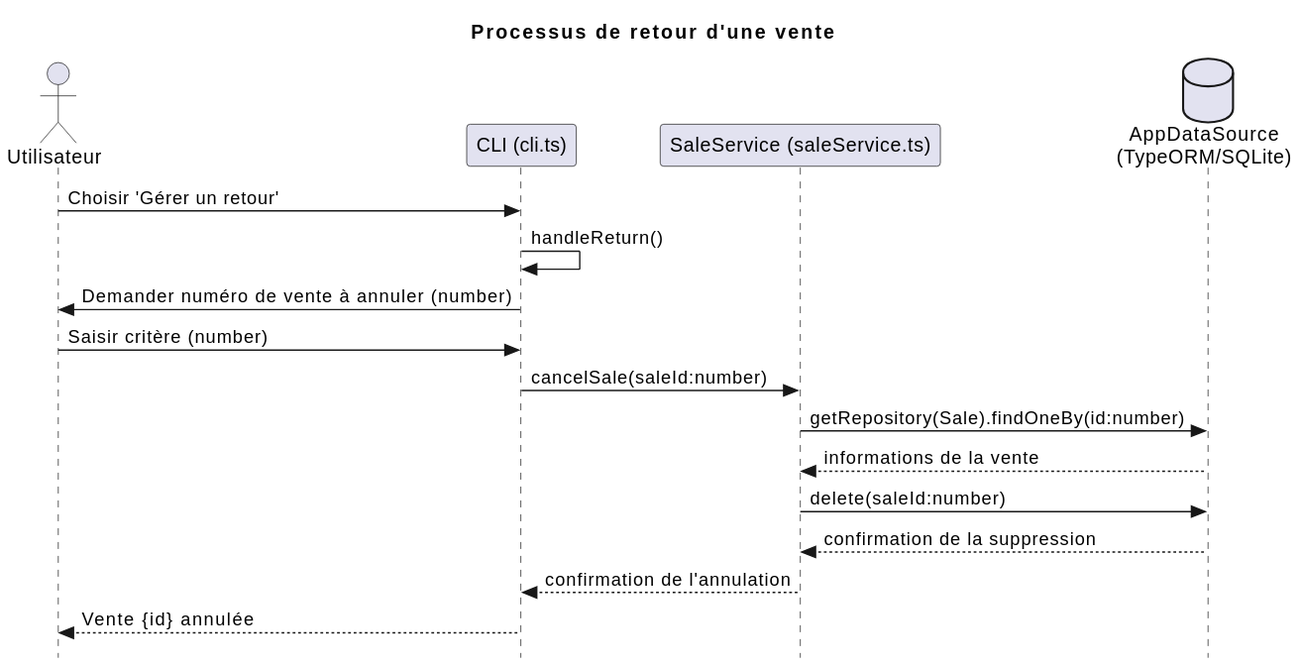
Above: out/docs/process/manage-return/manage-return.svg in RaphaelMailhiot/LOG430-labo (PlantUML), before the change.
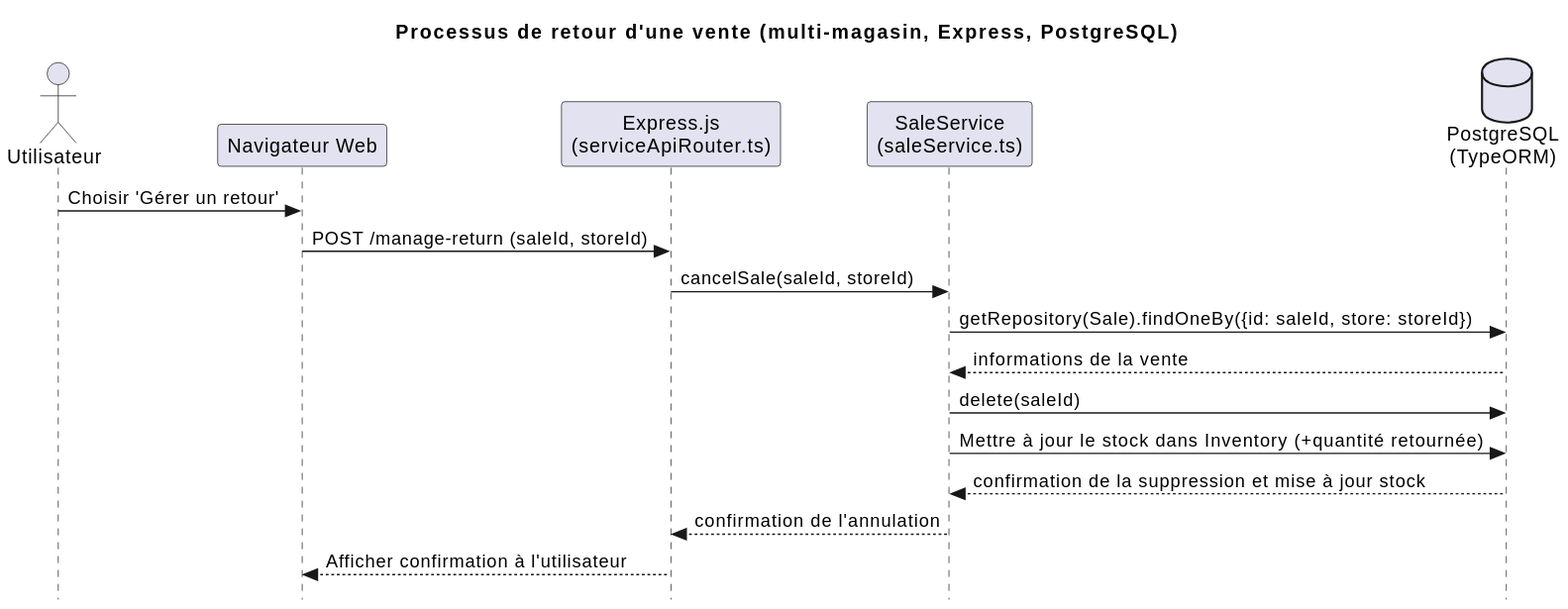
After the commit.

Change to the diagram source:
```diff
@@ -1,21 +1,22 @@
 @startuml
 skinparam style strictuml
 
-title Processus de retour d'une vente
+title Processus de retour d'une vente (multi-magasin, Express, PostgreSQL)
+
 actor Utilisateur
-participant "CLI (cli.ts)" as CLI
-participant "SaleService (saleService.ts)" as SaleService
-database "AppDataSource\n(TypeORM/SQLite)" as Database
+participant "Navigateur Web" as Web
+participant "Express.js\n(serviceApiRouter.ts)" as Express
+participant "SaleService\n(saleService.ts)" as SaleService
+database "PostgreSQL\n(TypeORM)" as Database
 
-Utilisateur -> CLI : Choisir 'Gérer un retour'
-CLI -> CLI : handleReturn()
-CLI -> Utilisateur : Demander numéro de vente à annuler (number)
-Utilisateur -> CLI : Saisir critère (number)
-CLI -> SaleService : cancelSale(saleId:number)
-SaleService -> Database : getRepository(Sale).findOneBy(id:number)
+Utilisateur -> Web : Choisir 'Gérer un retour'
+Web -> Express : POST /manage-return (saleId, storeId)
+Express -> SaleService : cancelSale(saleId, storeId)
+SaleService -> Database : getRepository(Sale).findOneBy({id: saleId, store: storeId})
 Database --> SaleService : informations de la vente
-SaleService -> Database : delete(saleId:number)
-Database --> SaleService : confirmation de la suppression
-SaleService --> CLI : confirmation de l'annulation
-CLI --> Utilisateur : Vente {id} annulée
+SaleService -> Database : delete(saleId)
+SaleService -> Database : Mettre à jour le stock dans Inventory (+quantité retournée)
+Database --> SaleService : confirmation de la suppression et mise à jour stock
+SaleService --> Express : confirmation de l'annulation
+Express --> Web : Afficher confirmation à l'utilisateur
 @enduml
```
